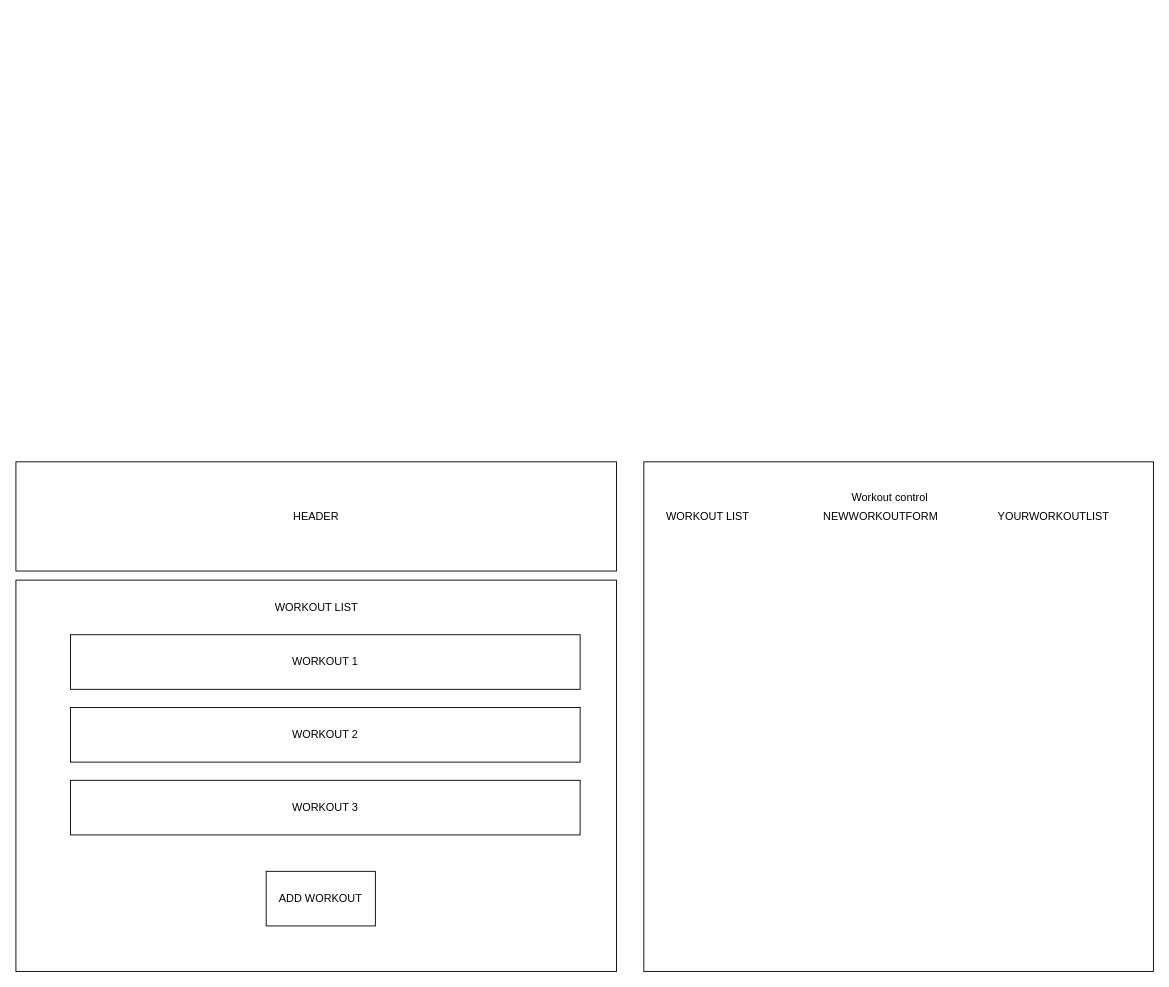
Above: diargram.drawio in Coltthatcher/capstone (draw.io), before the change. Source tidied: cells renumbered, new cells numbered last; positions are measured from the earlier drawing's top-left corner, leaving out a move shared by most shapes. Both pictures are drawn from the tidied source at 91%, with x=0, y=0 at pixel (15, 461).
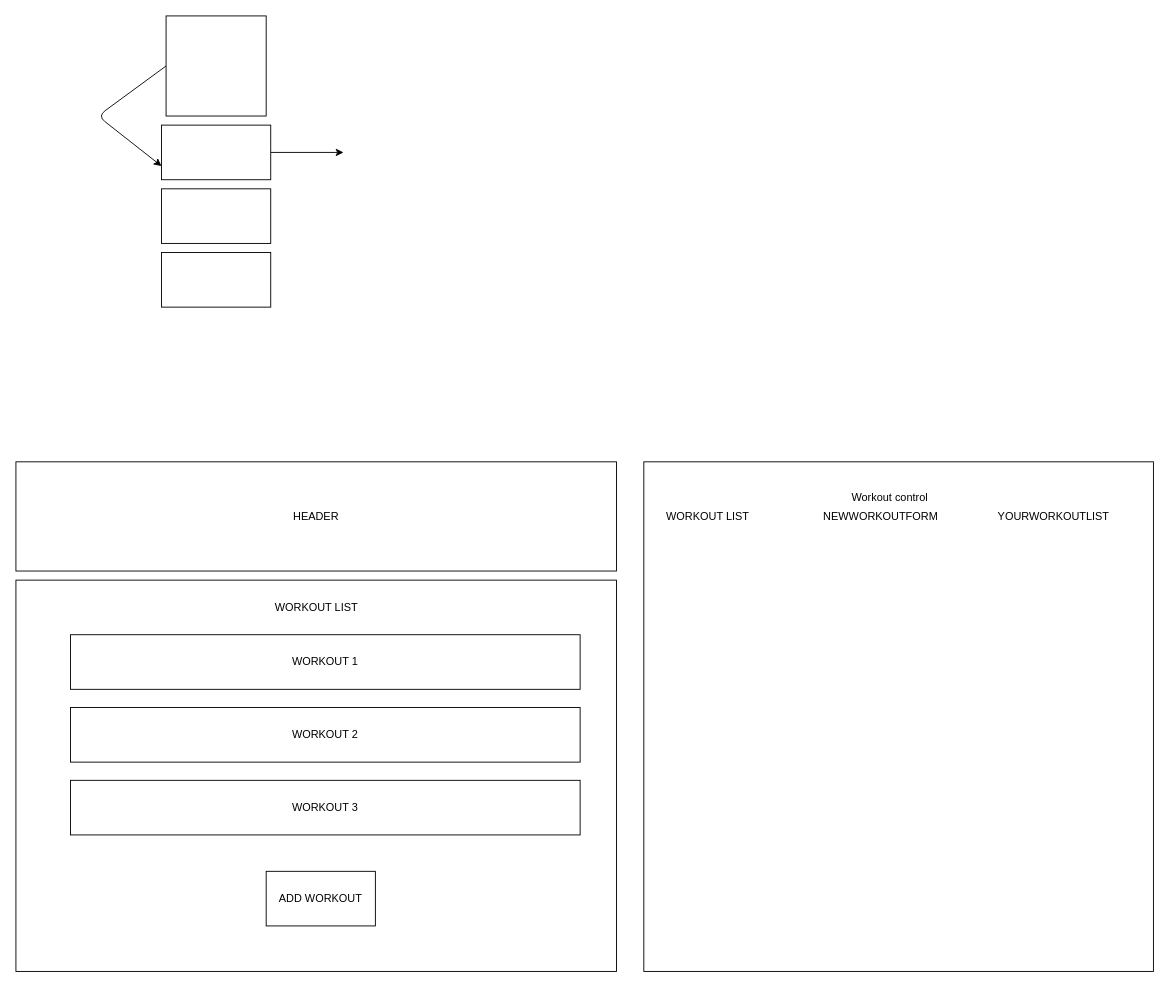
Above is the later version.

Diff of the diagram source:
```diff
@@
+    <mxCell id="14" style="edgeStyle=none;html=1;exitX=0;exitY=0.5;exitDx=0;exitDy=0;entryX=0;entryY=0.75;entryDx=0;entryDy=0;" parent="1" edge="1" source="15" target="17">
+      <mxGeometry relative="1" as="geometry">
+        <Array as="points">
+          <mxPoint x="90" y="-380" />
+        </Array>
+      </mxGeometry>
+    </mxCell>
+    <mxCell id="15" style="whiteSpace=wrap;html=1;" parent="1" vertex="1">
+      <mxGeometry x="165" y="-490" width="110" height="110" as="geometry" />
+    </mxCell>
+    <mxCell id="16" style="edgeStyle=none;html=1;exitX=1;exitY=0.5;exitDx=0;exitDy=0;" parent="1" edge="1" source="17">
+      <mxGeometry relative="1" as="geometry">
+        <mxPoint x="360" y="-340" as="targetPoint" />
+      </mxGeometry>
+    </mxCell>
+    <mxCell id="17" style="rounded=0;whiteSpace=wrap;html=1;" parent="1" vertex="1">
+      <mxGeometry x="160" y="-370" width="120" height="60" as="geometry" />
+    </mxCell>
+    <mxCell id="18" style="rounded=0;whiteSpace=wrap;html=1;" parent="1" vertex="1">
+      <mxGeometry x="160" y="-300" width="120" height="60" as="geometry" />
+    </mxCell>
+    <mxCell id="19" style="rounded=0;whiteSpace=wrap;html=1;" parent="1" vertex="1">
+      <mxGeometry x="160" y="-230" width="120" height="60" as="geometry" />
+    </mxCell>
```
